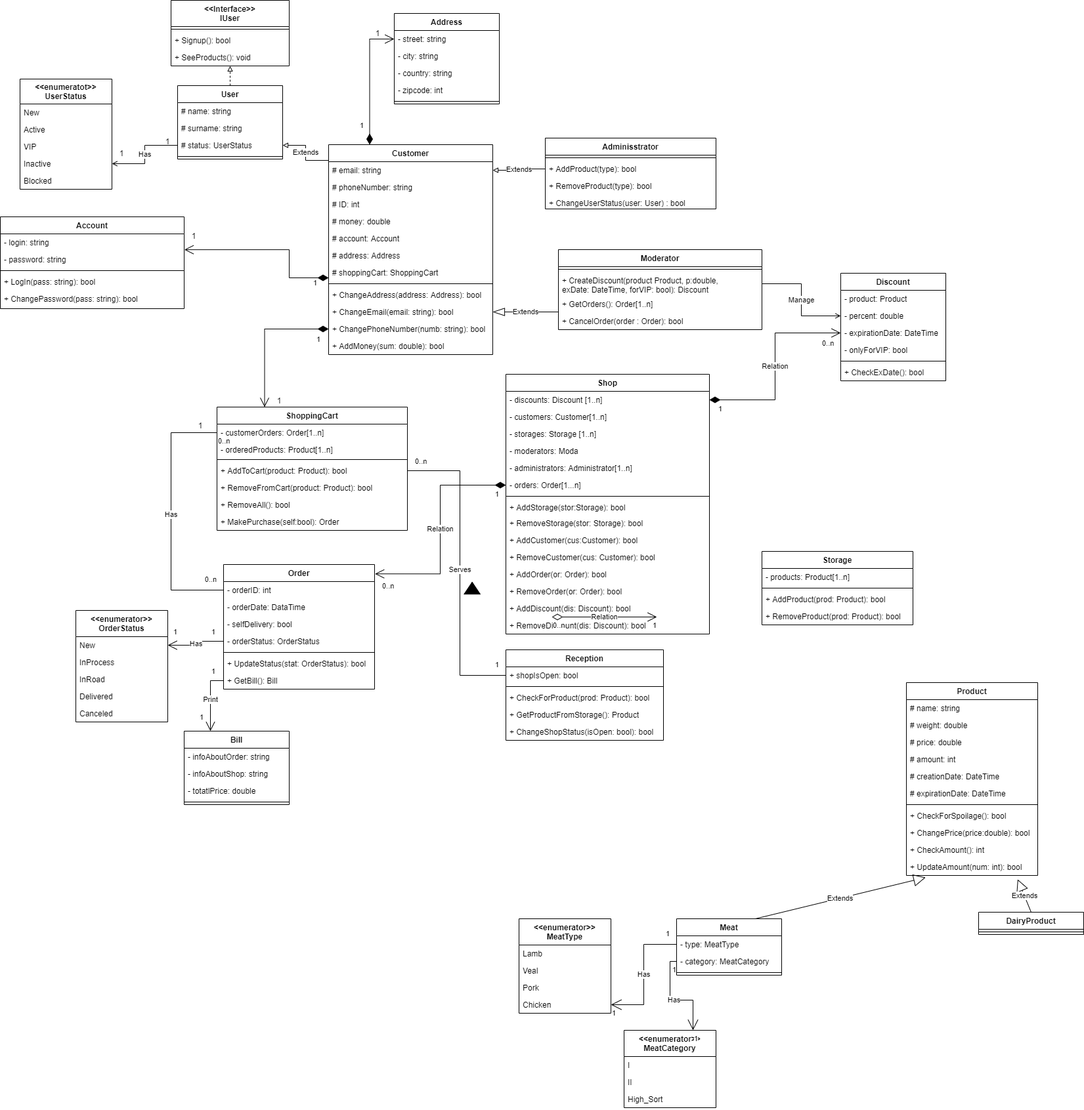
Before: ShopConseptualUML.drawio.png, a diagram exported from draw.io (olh-msk/SigmaTask10). Source tidied: cells renumbered, new cells last; positions are measured from the earlier drawing's top-left corner, leaving out a move shared by most shapes.
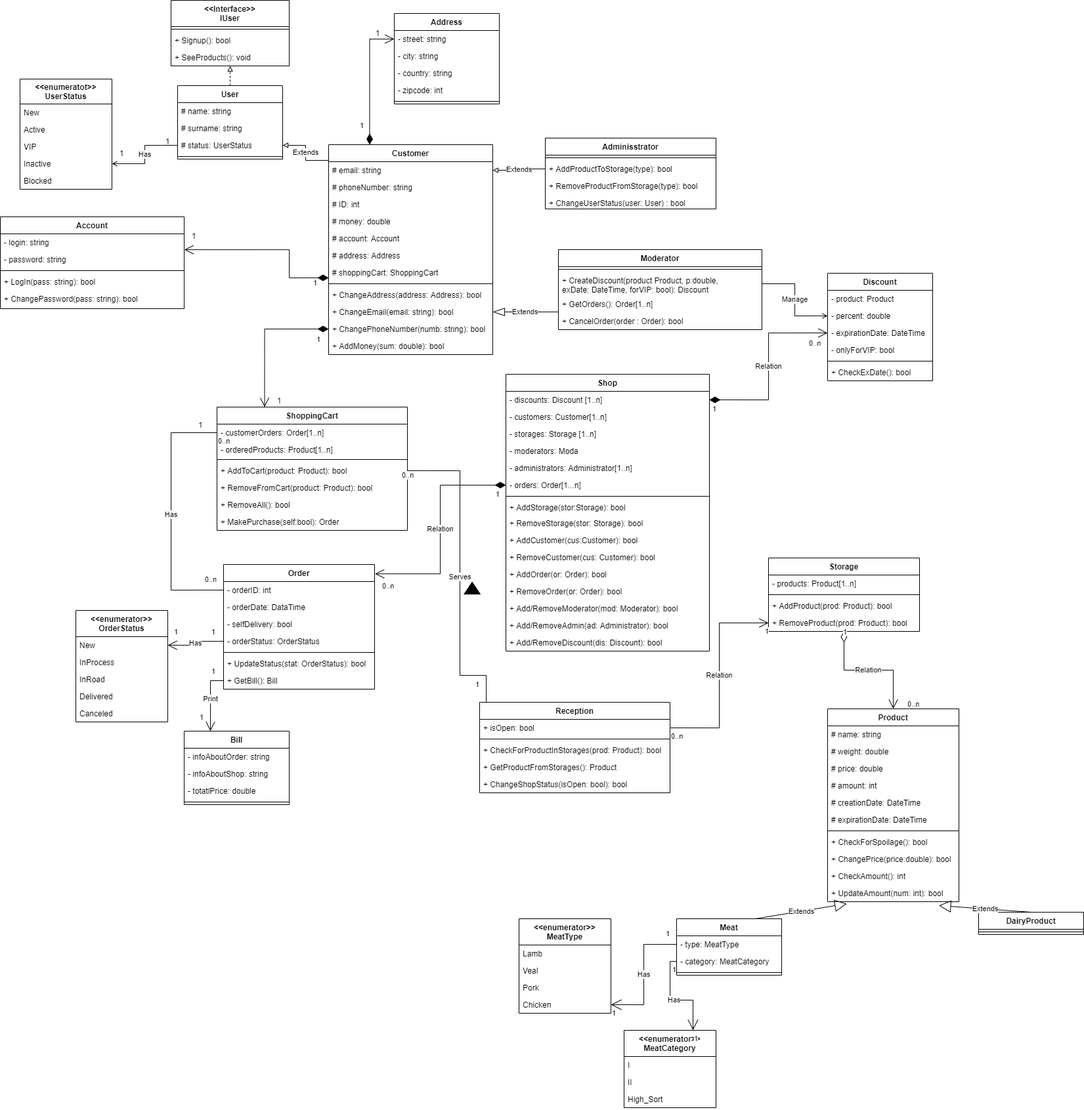
The same file after the commit.

What changed in the source:
```diff
@@ -15,7 +15,7 @@
       <mxGeometry y="74" width="180" height="26" as="geometry" />
     </mxCell>
     <mxCell id="6" value="Storage" style="swimlane;fontStyle=1;align=center;verticalAlign=top;horizontal=1;startSize=26;" parent="1" vertex="1">
-      <mxGeometry x="1160" y="840" width="230" height="112" as="geometry" />
+      <mxGeometry x="1170" y="850" width="230" height="112" as="geometry" />
     </mxCell>
     <mxCell id="7" value="- products: Product[1..n]" style="text;strokeColor=none;fillColor=none;align=left;verticalAlign=top;spacingLeft=4;spacingRight=4;overflow=hidden;" parent="6" vertex="1">
       <mxGeometry y="26" width="230" height="26" as="geometry" />
@@ -35,10 +35,10 @@
     <mxCell id="12" style="line;strokeWidth=1;fillColor=none;align=left;verticalAlign=middle;spacingTop=-1;spacingLeft=3;spacingRight=3;labelPosition=right;" parent="11" vertex="1">
       <mxGeometry y="26" width="260" height="8" as="geometry" />
     </mxCell>
-    <mxCell id="13" value="+ AddProduct(type): bool" style="text;strokeColor=none;fillColor=none;align=left;verticalAlign=top;spacingLeft=4;spacingRight=4;overflow=hidden;points=[[0,0.5],[1,0.5]];portConstraint=eastwest;" parent="11" vertex="1">
+    <mxCell id="13" value="+ AddProductToStorage(type): bool" style="text;strokeColor=none;fillColor=none;align=left;verticalAlign=top;spacingLeft=4;spacingRight=4;overflow=hidden;points=[[0,0.5],[1,0.5]];portConstraint=eastwest;" parent="11" vertex="1">
       <mxGeometry y="34" width="260" height="26" as="geometry" />
     </mxCell>
-    <mxCell id="14" value="+ RemoveProduct(type): bool" style="text;strokeColor=none;fillColor=none;align=left;verticalAlign=top;spacingLeft=4;spacingRight=4;overflow=hidden;" parent="11" vertex="1">
+    <mxCell id="14" value="+ RemoveProductFromStorage(type): bool" style="text;strokeColor=none;fillColor=none;align=left;verticalAlign=top;spacingLeft=4;spacingRight=4;overflow=hidden;" parent="11" vertex="1">
       <mxGeometry y="60" width="260" height="26" as="geometry" />
     </mxCell>
     <mxCell id="15" value="+ ChangeUserStatus(user: User) : bool" style="text;strokeColor=none;fillColor=none;align=left;verticalAlign=top;spacingLeft=4;spacingRight=4;overflow=hidden;" parent="11" vertex="1">
@@ -235,7 +235,7 @@
       <mxGeometry x="560" y="45" width="30" height="10" as="geometry" />
     </mxCell>
     <mxCell id="75" value="Product" style="swimlane;fontStyle=1;align=center;verticalAlign=top;horizontal=1;startSize=26;" parent="1" vertex="1">
-      <mxGeometry x="1380" y="1040" width="200" height="294" as="geometry" />
+      <mxGeometry x="1260" y="1080" width="200" height="294" as="geometry" />
     </mxCell>
     <mxCell id="76" value="# name: string" style="text;strokeColor=none;fillColor=none;align=left;verticalAlign=top;spacingLeft=4;spacingRight=4;overflow=hidden;" parent="75" vertex="1">
       <mxGeometry y="26" width="200" height="26" as="geometry" />
@@ -310,7 +310,7 @@
       <mxGeometry y="164" width="230" height="26" as="geometry" />
     </mxCell>
     <mxCell id="100" value="Shop" style="swimlane;fontStyle=1;align=center;verticalAlign=top;horizontal=1;startSize=26;" parent="1" vertex="1">
-      <mxGeometry x="770" y="570" width="310" height="396" as="geometry" />
+      <mxGeometry x="770" y="570" width="310" height="422" as="geometry" />
     </mxCell>
     <mxCell id="101" value="- discounts: Discount [1..n]" style="text;strokeColor=none;fillColor=none;align=left;verticalAlign=top;spacingLeft=4;spacingRight=4;overflow=hidden;points=[[0,0.5],[1,0.5]];portConstraint=eastwest;" parent="100" vertex="1">
       <mxGeometry y="26" width="310" height="26" as="geometry" />
@@ -351,19 +351,22 @@
     <mxCell id="113" value="+ RemoveOrder(or: Order): bool" style="text;strokeColor=none;fillColor=none;align=left;verticalAlign=top;spacingLeft=4;spacingRight=4;overflow=hidden;" parent="100" vertex="1">
       <mxGeometry y="318" width="310" height="26" as="geometry" />
     </mxCell>
+    <mxCell id="185" value="+ Add/RemoveModerator(mod: Moderator): bool" style="text;strokeColor=none;fillColor=none;align=left;verticalAlign=top;spacingLeft=4;spacingRight=4;overflow=hidden;" parent="100" vertex="1">
+      <mxGeometry y="344" width="310" height="26" as="geometry" />
+    </mxCell>
+    <mxCell id="186" value="+ Add/RemoveAdmin(ad: Administrator): bool" style="text;strokeColor=none;fillColor=none;align=left;verticalAlign=top;spacingLeft=4;spacingRight=4;overflow=hidden;" parent="100" vertex="1">
+      <mxGeometry y="370" width="310" height="26" as="geometry" />
+    </mxCell>
-    <mxCell id="114" value="+ AddDiscount(dis: Discount): bool" style="text;strokeColor=none;fillColor=none;align=left;verticalAlign=top;spacingLeft=4;spacingRight=4;overflow=hidden;" parent="100" vertex="1">
-      <mxGeometry y="344" width="310" height="26" as="geometry" />
+    <mxCell id="114" value="+ Add/RemoveDiscount(dis: Discount): bool" style="text;strokeColor=none;fillColor=none;align=left;verticalAlign=top;spacingLeft=4;spacingRight=4;overflow=hidden;" parent="100" vertex="1">
+      <mxGeometry y="396" width="310" height="26" as="geometry" />
     </mxCell>
-    <mxCell id="115" value="+ RemoveDiscount(dis: Discount): bool" style="text;strokeColor=none;fillColor=none;align=left;verticalAlign=top;spacingLeft=4;spacingRight=4;overflow=hidden;" parent="100" vertex="1">
-      <mxGeometry y="370" width="310" height="26" as="geometry" />
-    </mxCell>
     <mxCell id="116" value="Extends" style="endArrow=blockThin;endSize=16;endFill=0;html=1;rounded=0;entryX=1;entryY=0.5;entryDx=0;entryDy=0;" parent="1" edge="1" target="46">
       <mxGeometry relative="1" as="geometry">
         <mxPoint x="850" y="475" as="sourcePoint" />
       </mxGeometry>
     </mxCell>
     <mxCell id="117" value="Discount" style="swimlane;fontStyle=1;align=center;verticalAlign=top;horizontal=1;startSize=26;" parent="1" vertex="1">
-      <mxGeometry x="1280" y="416" width="160" height="164" as="geometry" />
+      <mxGeometry x="1260" y="416" width="160" height="164" as="geometry" />
     </mxCell>
     <mxCell id="118" value="- product: Product" style="text;strokeColor=none;fillColor=none;align=left;verticalAlign=top;spacingLeft=4;spacingRight=4;overflow=hidden;" parent="117" vertex="1">
       <mxGeometry y="26" width="160" height="26" as="geometry" />
@@ -492,12 +495,12 @@
     </mxCell>
     <mxCell id="156" value="0..n" style="edgeLabel;html=1;align=left;verticalAlign=top;" parent="155" vertex="1">
       <mxGeometry x="-1" relative="1" as="geometry">
-        <mxPoint x="170" y="-99" as="offset" />
+        <mxPoint x="150" y="-99" as="offset" />
       </mxGeometry>
     </mxCell>
     <mxCell id="157" value="1" style="edgeLabel;html=1;align=right;verticalAlign=top;" parent="155" vertex="1">
       <mxGeometry x="1" relative="1" as="geometry">
-        <mxPoint x="-180" y="103" as="offset" />
+        <mxPoint x="-170" y="103" as="offset" />
       </mxGeometry>
     </mxCell>
     <mxCell id="158" value="Has" style="endArrow=none;html=1;endSize=12;startArrow=open;startSize=14;startFill=0;edgeStyle=orthogonalEdgeStyle;rounded=0;strokeWidth=1;exitX=0.75;exitY=0;exitDx=0;exitDy=0;entryX=0;entryY=0.5;entryDx=0;entryDy=0;endFill=0;" parent="1" edge="1" source="139" target="135">
@@ -553,38 +556,27 @@
       </mxGeometry>
     </mxCell>
     <mxCell id="172" value="Reception" style="swimlane;fontStyle=1;align=center;verticalAlign=top;horizontal=1;startSize=26;" parent="1" vertex="1">
-      <mxGeometry x="770" y="990" width="240" height="138" as="geometry" />
+      <mxGeometry x="730" y="1070" width="290" height="138" as="geometry" />
     </mxCell>
-    <mxCell id="173" value="+ shopIsOpen: bool" style="text;strokeColor=none;fillColor=none;align=left;verticalAlign=top;spacingLeft=4;spacingRight=4;overflow=hidden;points=[[0,0.5],[1,0.5]];portConstraint=eastwest;" parent="172" vertex="1">
-      <mxGeometry y="26" width="240" height="26" as="geometry" />
+    <mxCell id="173" value="+ isOpen: bool" style="text;strokeColor=none;fillColor=none;align=left;verticalAlign=top;spacingLeft=4;spacingRight=4;overflow=hidden;points=[[0,0.5],[1,0.5]];portConstraint=eastwest;" parent="172" vertex="1">
+      <mxGeometry y="26" width="290" height="26" as="geometry" />
     </mxCell>
     <mxCell id="174" style="line;strokeWidth=1;fillColor=none;align=left;verticalAlign=middle;spacingTop=-1;spacingLeft=3;spacingRight=3;labelPosition=right;" parent="172" vertex="1">
-      <mxGeometry y="52" width="240" height="8" as="geometry" />
+      <mxGeometry y="52" width="290" height="8" as="geometry" />
     </mxCell>
-    <mxCell id="175" value="+ CheckForProduct(prod: Product): bool" style="text;strokeColor=none;fillColor=none;align=left;verticalAlign=top;spacingLeft=4;spacingRight=4;overflow=hidden;" parent="172" vertex="1">
-      <mxGeometry y="60" width="240" height="26" as="geometry" />
+    <mxCell id="175" value="+ CheckForProductInStorages(prod: Product): bool" style="text;strokeColor=none;fillColor=none;align=left;verticalAlign=top;spacingLeft=4;spacingRight=4;overflow=hidden;" parent="172" vertex="1">
+      <mxGeometry y="60" width="290" height="26" as="geometry" />
     </mxCell>
-    <mxCell id="176" value="+ GetProductFromStorage(): Product" style="text;strokeColor=none;fillColor=none;align=left;verticalAlign=top;spacingLeft=4;spacingRight=4;overflow=hidden;" parent="172" vertex="1">
-      <mxGeometry y="86" width="240" height="26" as="geometry" />
+    <mxCell id="176" value="+ GetProductFromStorages(): Product" style="text;strokeColor=none;fillColor=none;align=left;verticalAlign=top;spacingLeft=4;spacingRight=4;overflow=hidden;" parent="172" vertex="1">
+      <mxGeometry y="86" width="290" height="26" as="geometry" />
     </mxCell>
     <mxCell id="177" value="+ ChangeShopStatus(isOpen: bool): bool" style="text;strokeColor=none;fillColor=none;align=left;verticalAlign=top;spacingLeft=4;spacingRight=4;overflow=hidden;" parent="172" vertex="1">
-      <mxGeometry y="112" width="240" height="26" as="geometry" />
+      <mxGeometry y="112" width="290" height="26" as="geometry" />
     </mxCell>
-    <mxCell id="178" value="Relation" style="endArrow=open;html=1;endSize=12;startArrow=diamondThin;startSize=14;startFill=0;edgeStyle=orthogonalEdgeStyle;rounded=0;strokeWidth=1;" parent="1" edge="1">
-      <mxGeometry relative="1" as="geometry">
-        <mxPoint x="840" y="940" as="sourcePoint" />
-        <mxPoint x="1000" y="940" as="targetPoint" />
-      </mxGeometry>
-    </mxCell>
-    <mxCell id="179" value="0..n" style="edgeLabel;html=1;align=left;verticalAlign=top;" parent="178" vertex="1">
-      <mxGeometry x="-1" relative="1" as="geometry" />
-    </mxCell>
-    <mxCell id="180" value="1" style="edgeLabel;html=1;align=right;verticalAlign=top;" parent="178" vertex="1">
-      <mxGeometry x="1" relative="1" as="geometry" />
-    </mxCell>
-    <mxCell id="181" value="Serves" style="endArrow=none;html=1;endSize=12;startArrow=none;startSize=14;startFill=0;edgeStyle=orthogonalEdgeStyle;rounded=0;strokeWidth=1;endFill=0;exitX=0;exitY=0.5;exitDx=0;exitDy=0;entryX=1;entryY=0.5;entryDx=0;entryDy=0;" parent="1" edge="1" source="173" target="53">
+    <mxCell id="181" value="Serves" style="endArrow=none;html=1;endSize=12;startArrow=none;startSize=14;startFill=0;edgeStyle=orthogonalEdgeStyle;rounded=0;strokeWidth=1;endFill=0;entryX=1;entryY=0.5;entryDx=0;entryDy=0;exitX=0;exitY=0;exitDx=0;exitDy=0;" parent="1" edge="1" source="172" target="53">
       <mxGeometry relative="1" as="geometry">
         <Array as="points">
+          <mxPoint x="740" y="1029" />
           <mxPoint x="700" y="1029" />
           <mxPoint x="700" y="717" />
         </Array>
@@ -592,16 +584,38 @@
     </mxCell>
     <mxCell id="182" value="0..n" style="edgeLabel;html=1;align=left;verticalAlign=top;" parent="181" vertex="1">
       <mxGeometry x="-1" relative="1" as="geometry">
-        <mxPoint x="-140" y="-339" as="offset" />
+        <mxPoint x="-120" y="-359" as="offset" />
       </mxGeometry>
     </mxCell>
     <mxCell id="183" value="1" style="edgeLabel;html=1;align=right;verticalAlign=top;" parent="181" vertex="1">
       <mxGeometry x="1" relative="1" as="geometry">
-        <mxPoint x="140" y="283" as="offset" />
+        <mxPoint x="110" y="313" as="offset" />
       </mxGeometry>
     </mxCell>
     <mxCell id="184" style="triangle;whiteSpace=wrap;html=1;rotation=-90;fillColor=#000000;" parent="1" vertex="1">
       <mxGeometry x="709.5" y="883.7" width="18.4" height="24.5" as="geometry" />
     </mxCell>
+    <mxCell id="187" value="Relation" style="endArrow=open;html=1;endSize=12;startArrow=diamondThin;startSize=14;startFill=0;edgeStyle=orthogonalEdgeStyle;rounded=0;strokeWidth=1;entryX=0.5;entryY=0;entryDx=0;entryDy=0;" parent="1" edge="1" source="6" target="75">
+      <mxGeometry relative="1" as="geometry" />
+    </mxCell>
+    <mxCell id="188" value="0..n" style="edgeLabel;html=1;align=left;verticalAlign=top;fillColor=#000000;gradientColor=none;" parent="187" vertex="1">
+      <mxGeometry x="-1" relative="1" as="geometry">
+        <mxPoint x="95" y="98" as="offset" />
+      </mxGeometry>
+    </mxCell>
+    <mxCell id="189" value="1" style="edgeLabel;html=1;align=right;verticalAlign=top;fillColor=#000000;gradientColor=none;" parent="187" vertex="1">
+      <mxGeometry x="1" relative="1" as="geometry">
+        <mxPoint x="-70" y="-130" as="offset" />
+      </mxGeometry>
+    </mxCell>
+    <mxCell id="190" value="Relation" style="endArrow=open;html=1;endSize=12;startArrow=none;startSize=14;startFill=0;edgeStyle=orthogonalEdgeStyle;rounded=0;strokeWidth=1;exitX=1;exitY=0.5;exitDx=0;exitDy=0;" parent="1" edge="1" source="173" target="10">
+      <mxGeometry relative="1" as="geometry" />
+    </mxCell>
+    <mxCell id="191" value="0..n" style="edgeLabel;html=1;align=left;verticalAlign=top;fillColor=#000000;gradientColor=none;" parent="190" vertex="1">
+      <mxGeometry x="-1" relative="1" as="geometry" />
+    </mxCell>
+    <mxCell id="192" value="1" style="edgeLabel;html=1;align=right;verticalAlign=top;fillColor=#000000;gradientColor=none;" parent="190" vertex="1">
+      <mxGeometry x="1" relative="1" as="geometry" />
+    </mxCell>
   </root>
 </mxGraphModel>
```
